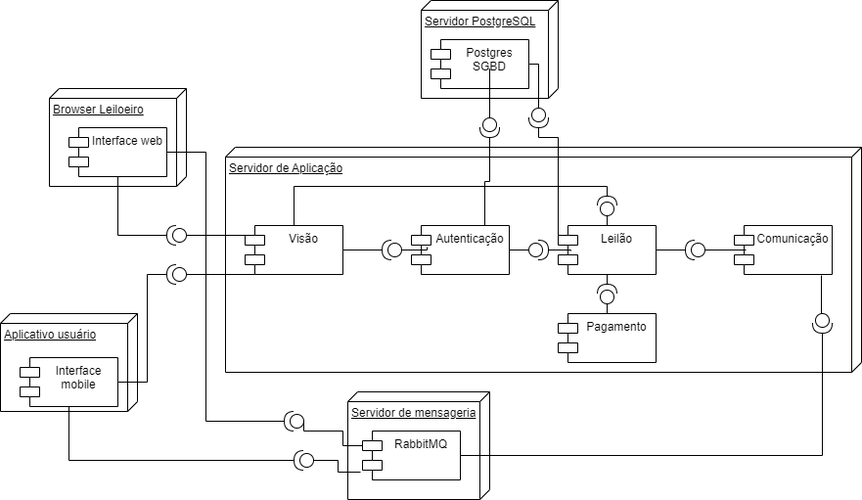
Earlier version of the draw.io export docs/imagens/componentes.png (h3nc4/TOPBIDS). Source tidied: cells renumbered, new cells last; positions are measured from the earlier drawing's top-left corner, leaving out a move shared by most shapes.
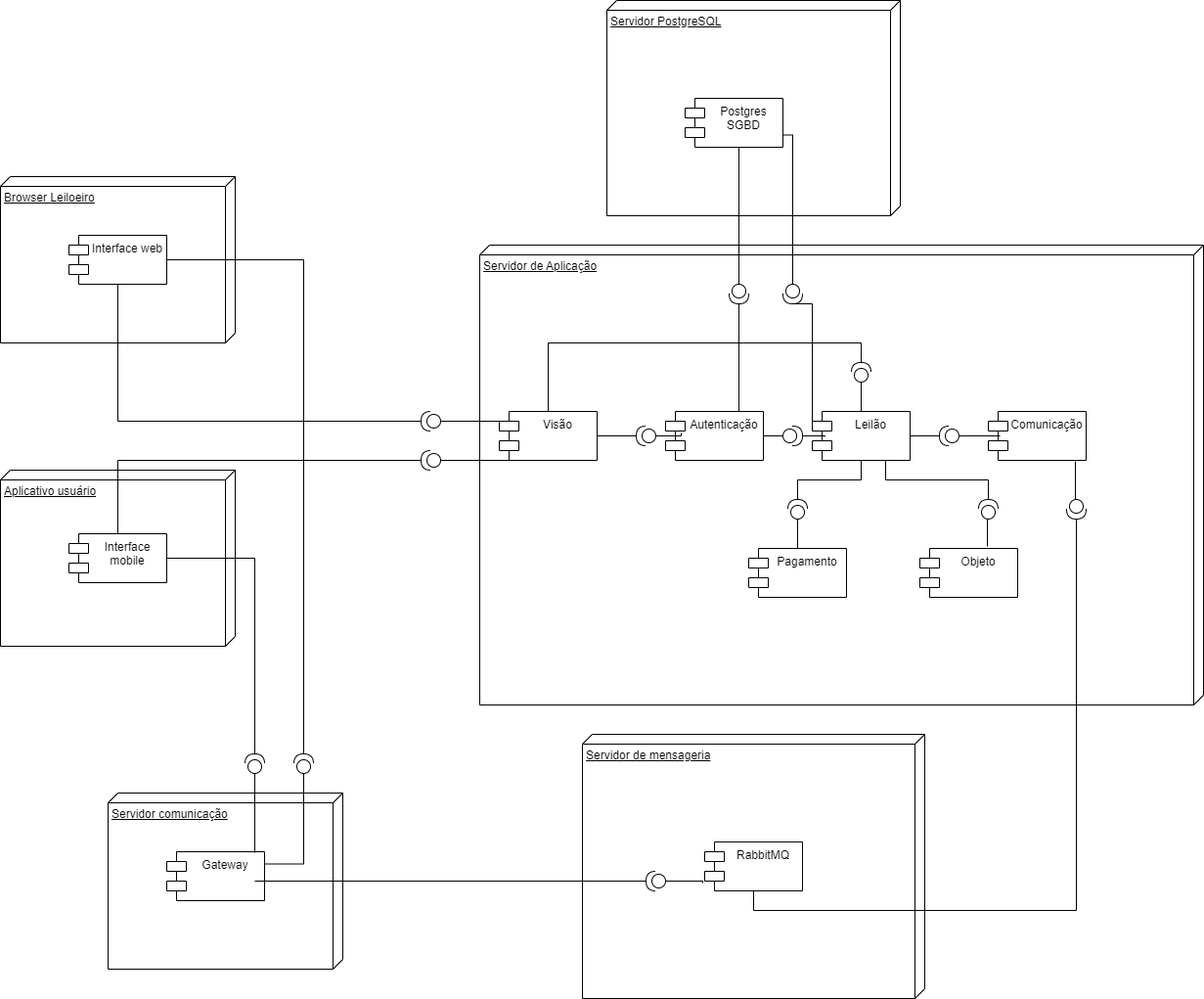
The same diagram one commit later.

Commit message:
docs: diagrama de arquitetura

What changed in the source:
```diff
@@ -3,10 +3,10 @@
     <mxCell id="0" />
     <mxCell id="1" parent="0" />
     <mxCell id="2" value="Servidor de mensageria" style="verticalAlign=top;align=left;spacingTop=8;spacingLeft=2;spacingRight=12;shape=cube;size=10;direction=south;fontStyle=4;html=1;whiteSpace=wrap;" parent="1" vertex="1">
-      <mxGeometry x="355" y="400" width="145" height="110" as="geometry" />
+      <mxGeometry x="335" y="560" width="350" height="270" as="geometry" />
     </mxCell>
     <mxCell id="3" value="Servidor de Aplicação" style="verticalAlign=top;align=left;spacingTop=8;spacingLeft=2;spacingRight=12;shape=cube;size=10;direction=south;fontStyle=4;html=1;whiteSpace=wrap;" parent="1" vertex="1">
-      <mxGeometry x="230" y="150" width="650" height="230" as="geometry" />
+      <mxGeometry x="230" y="60" width="740" height="470" as="geometry" />
     </mxCell>
     <mxCell id="4" value="Visão" style="shape=module;align=left;spacingLeft=20;align=center;verticalAlign=top;whiteSpace=wrap;html=1;" parent="1" vertex="1">
       <mxGeometry x="250" y="230" width="100" height="50" as="geometry" />
@@ -14,32 +14,35 @@
     <mxCell id="5" value="Leilão" style="shape=module;align=left;spacingLeft=20;align=center;verticalAlign=top;whiteSpace=wrap;html=1;" parent="1" vertex="1">
       <mxGeometry x="570" y="230" width="100" height="50" as="geometry" />
     </mxCell>
+    <mxCell id="52" value="Objeto" style="shape=module;align=left;spacingLeft=20;align=center;verticalAlign=top;whiteSpace=wrap;html=1;" parent="1" vertex="1">
+      <mxGeometry x="680" y="370" width="100" height="50" as="geometry" />
+    </mxCell>
     <mxCell id="6" value="Comunicação" style="shape=module;align=left;spacingLeft=20;align=center;verticalAlign=top;whiteSpace=wrap;html=1;" parent="1" vertex="1">
       <mxGeometry x="750" y="230" width="100" height="50" as="geometry" />
     </mxCell>
     <mxCell id="7" value="Pagamento" style="shape=module;align=left;spacingLeft=20;align=center;verticalAlign=top;whiteSpace=wrap;html=1;" parent="1" vertex="1">
-      <mxGeometry x="570" y="320" width="100" height="50" as="geometry" />
+      <mxGeometry x="505" y="370" width="100" height="50" as="geometry" />
     </mxCell>
     <mxCell id="8" value="Servidor PostgreSQL" style="verticalAlign=top;align=left;spacingTop=8;spacingLeft=2;spacingRight=12;shape=cube;size=10;direction=south;fontStyle=4;html=1;whiteSpace=wrap;" parent="1" vertex="1">
-      <mxGeometry x="430" width="140" height="100" as="geometry" />
+      <mxGeometry x="360" y="-190" width="300" height="220" as="geometry" />
     </mxCell>
     <mxCell id="9" value="Postgres SGBD" style="shape=module;align=left;spacingLeft=20;align=center;verticalAlign=top;whiteSpace=wrap;html=1;" parent="1" vertex="1">
-      <mxGeometry x="440" y="40" width="100" height="50" as="geometry" />
+      <mxGeometry x="440" y="-90" width="100" height="50" as="geometry" />
     </mxCell>
     <mxCell id="10" value="Autenticação" style="shape=module;align=left;spacingLeft=20;align=center;verticalAlign=top;whiteSpace=wrap;html=1;" parent="1" vertex="1">
       <mxGeometry x="420" y="230" width="100" height="50" as="geometry" />
     </mxCell>
     <mxCell id="11" value="Browser Leiloeiro" style="verticalAlign=top;align=left;spacingTop=8;spacingLeft=2;spacingRight=12;shape=cube;size=10;direction=south;fontStyle=4;html=1;whiteSpace=wrap;" parent="1" vertex="1">
-      <mxGeometry x="50" y="90" width="140" height="100" as="geometry" />
+      <mxGeometry x="-260" y="-10" width="240" height="170" as="geometry" />
     </mxCell>
     <mxCell id="12" value="Aplicativo usuário" style="verticalAlign=top;align=left;spacingTop=8;spacingLeft=2;spacingRight=12;shape=cube;size=10;direction=south;fontStyle=4;html=1;whiteSpace=wrap;" parent="1" vertex="1">
-      <mxGeometry y="320" width="140" height="100" as="geometry" />
+      <mxGeometry x="-260" y="290" width="240" height="180" as="geometry" />
     </mxCell>
     <mxCell id="13" value="Interface web" style="shape=module;align=left;spacingLeft=20;align=center;verticalAlign=top;whiteSpace=wrap;html=1;" parent="1" vertex="1">
-      <mxGeometry x="70" y="130" width="100" height="50" as="geometry" />
+      <mxGeometry x="-190" y="50" width="100" height="50" as="geometry" />
     </mxCell>
     <mxCell id="14" value="Interface mobile" style="shape=module;align=left;spacingLeft=20;align=center;verticalAlign=top;whiteSpace=wrap;html=1;" parent="1" vertex="1">
-      <mxGeometry x="20" y="365" width="100" height="50" as="geometry" />
+      <mxGeometry x="-190" y="355" width="100" height="50" as="geometry" />
     </mxCell>
     <mxCell id="15" style="edgeStyle=orthogonalEdgeStyle;rounded=0;jettySize=auto;html=1;exitX=1;exitY=0.5;exitDx=0;exitDy=0;exitPerimeter=0;endArrow=none;endFill=0;" parent="1" edge="1" source="16" target="13">
       <mxGeometry relative="1" as="geometry" />
@@ -47,13 +50,8 @@
     <mxCell id="16" style="shape=providedRequiredInterface;html=1;verticalLabelPosition=bottom;sketch=0;direction=west;" parent="1" vertex="1">
       <mxGeometry x="170" y="230" width="20" height="20" as="geometry" />
     </mxCell>
-    <mxCell id="17" style="edgeStyle=orthogonalEdgeStyle;rounded=0;jettySize=auto;html=1;exitX=1;exitY=0.5;exitDx=0;exitDy=0;exitPerimeter=0;endArrow=none;endFill=0;entryX=1;entryY=0.5;entryDx=0;entryDy=0;" parent="1" edge="1" source="18" target="14">
-      <mxGeometry relative="1" as="geometry">
-        <Array as="points">
-          <mxPoint x="150" y="280" />
-          <mxPoint x="150" y="390" />
-        </Array>
-      </mxGeometry>
+    <mxCell id="17" style="edgeStyle=orthogonalEdgeStyle;rounded=0;jettySize=auto;html=1;exitX=1;exitY=0.5;exitDx=0;exitDy=0;exitPerimeter=0;endArrow=none;endFill=0;" parent="1" edge="1" source="18" target="14">
+      <mxGeometry relative="1" as="geometry" />
     </mxCell>
     <mxCell id="18" style="shape=providedRequiredInterface;html=1;verticalLabelPosition=bottom;sketch=0;direction=west;" parent="1" vertex="1">
       <mxGeometry x="170" y="270" width="20" height="20" as="geometry" />
@@ -70,13 +68,12 @@
       <mxGeometry relative="1" as="geometry" />
     </mxCell>
     <mxCell id="21" style="shape=providedRequiredInterface;html=1;verticalLabelPosition=bottom;sketch=0;direction=south;" parent="1" vertex="1">
-      <mxGeometry x="490" y="120" width="20" height="20" as="geometry" />
+      <mxGeometry x="485" y="100" width="20" height="20" as="geometry" />
     </mxCell>
     <mxCell id="22" style="edgeStyle=orthogonalEdgeStyle;rounded=0;jettySize=auto;html=1;exitX=0;exitY=0.5;exitDx=0;exitDy=0;exitPerimeter=0;entryX=0.6;entryY=1;entryDx=0;entryDy=0;entryPerimeter=0;endArrow=none;endFill=0;" parent="1" edge="1" source="21" target="9">
       <mxGeometry relative="1" as="geometry">
         <Array as="points">
-          <mxPoint x="500" y="70" />
-          <mxPoint x="500" y="70" />
+          <mxPoint x="495" y="-40" />
         </Array>
       </mxGeometry>
     </mxCell>
@@ -90,7 +87,7 @@
       <mxGeometry relative="1" as="geometry" />
     </mxCell>
     <mxCell id="26" value="RabbitMQ" style="shape=module;align=left;spacingLeft=20;align=center;verticalAlign=top;whiteSpace=wrap;html=1;" parent="1" vertex="1">
-      <mxGeometry x="370" y="440" width="100" height="50" as="geometry" />
+      <mxGeometry x="460" y="670" width="100" height="50" as="geometry" />
     </mxCell>
     <mxCell id="27" style="edgeStyle=orthogonalEdgeStyle;rounded=0;jettySize=auto;html=1;exitX=1;exitY=0.5;exitDx=0;exitDy=0;exitPerimeter=0;endArrow=none;endFill=0;" parent="1" edge="1" source="28" target="5">
       <mxGeometry relative="1" as="geometry" />
@@ -101,27 +98,35 @@
     <mxCell id="29" style="edgeStyle=orthogonalEdgeStyle;rounded=0;jettySize=auto;html=1;exitX=0;exitY=0.5;exitDx=0;exitDy=0;exitPerimeter=0;entryX=1;entryY=0.75;entryDx=0;entryDy=0;endArrow=none;endFill=0;" parent="1" edge="1" source="30" target="9">
       <mxGeometry relative="1" as="geometry">
         <Array as="points">
-          <mxPoint x="550" y="65" />
-          <mxPoint x="540" y="65" />
+          <mxPoint x="550" y="-52" />
         </Array>
       </mxGeometry>
     </mxCell>
     <mxCell id="30" style="shape=providedRequiredInterface;html=1;verticalLabelPosition=bottom;sketch=0;direction=south;" parent="1" vertex="1">
-      <mxGeometry x="540" y="110" width="20" height="20" as="geometry" />
+      <mxGeometry x="540" y="100" width="20" height="20" as="geometry" />
     </mxCell>
     <mxCell id="31" style="edgeStyle=orthogonalEdgeStyle;rounded=0;jettySize=auto;html=1;exitX=1;exitY=0.5;exitDx=0;exitDy=0;exitPerimeter=0;entryX=0.5;entryY=1;entryDx=0;entryDy=0;endArrow=none;endFill=0;" parent="1" edge="1" source="32" target="5">
       <mxGeometry relative="1" as="geometry" />
     </mxCell>
     <mxCell id="32" style="shape=providedRequiredInterface;html=1;verticalLabelPosition=bottom;sketch=0;direction=north;" parent="1" vertex="1">
-      <mxGeometry x="610" y="290" width="20" height="20" as="geometry" />
+      <mxGeometry x="545" y="320" width="20" height="20" as="geometry" />
     </mxCell>
     <mxCell id="33" style="edgeStyle=orthogonalEdgeStyle;rounded=0;jettySize=auto;html=1;exitX=0;exitY=0.5;exitDx=0;exitDy=0;exitPerimeter=0;entryX=0.65;entryY=0;entryDx=0;entryDy=0;entryPerimeter=0;endArrow=none;endFill=0;" parent="1" edge="1" source="32" target="7">
       <mxGeometry relative="1" as="geometry">
         <Array as="points">
-          <mxPoint x="620" y="320" />
+          <mxPoint x="555" y="370" />
         </Array>
       </mxGeometry>
     </mxCell>
+    <mxCell id="53" style="edgeStyle=orthogonalEdgeStyle;rounded=0;jettySize=auto;html=1;exitX=1;exitY=0.5;exitDx=0;exitDy=0;exitPerimeter=0;entryX=0.75;entryY=1;entryDx=0;entryDy=0;endArrow=none;endFill=0;" parent="1" edge="1" source="54" target="5">
+      <mxGeometry relative="1" as="geometry" />
+    </mxCell>
+    <mxCell id="54" style="shape=providedRequiredInterface;html=1;verticalLabelPosition=bottom;sketch=0;direction=north;" parent="1" vertex="1">
+      <mxGeometry x="740" y="320" width="20" height="20" as="geometry" />
+    </mxCell>
+    <mxCell id="55" style="edgeStyle=orthogonalEdgeStyle;rounded=0;jettySize=auto;html=1;exitX=0;exitY=0.5;exitDx=0;exitDy=0;exitPerimeter=0;entryX=0.69;entryY=-0.04;entryDx=0;entryDy=0;entryPerimeter=0;endArrow=none;endFill=0;" parent="1" edge="1" source="54" target="52">
+      <mxGeometry relative="1" as="geometry" />
+    </mxCell>
     <mxCell id="34" style="edgeStyle=orthogonalEdgeStyle;rounded=0;jettySize=auto;html=1;exitX=0;exitY=0.5;exitDx=0;exitDy=0;exitPerimeter=0;entryX=1;entryY=0.5;entryDx=0;entryDy=0;endArrow=none;endFill=0;" parent="1" edge="1" source="35" target="10">
       <mxGeometry relative="1" as="geometry" />
     </mxCell>
@@ -137,15 +142,14 @@
     <mxCell id="38" style="edgeStyle=orthogonalEdgeStyle;rounded=0;jettySize=auto;html=1;exitX=1;exitY=0.5;exitDx=0;exitDy=0;exitPerimeter=0;entryX=0;entryY=0;entryDx=0;entryDy=15;entryPerimeter=0;endArrow=none;endFill=0;" parent="1" edge="1" source="30" target="5">
       <mxGeometry relative="1" as="geometry">
         <Array as="points">
-          <mxPoint x="550" y="140" />
-          <mxPoint x="570" y="140" />
+          <mxPoint x="570" y="120" />
         </Array>
       </mxGeometry>
     </mxCell>
     <mxCell id="39" style="edgeStyle=orthogonalEdgeStyle;rounded=0;jettySize=auto;html=1;exitX=0;exitY=0.5;exitDx=0;exitDy=0;exitPerimeter=0;entryX=0.12;entryY=0.5;entryDx=0;entryDy=0;entryPerimeter=0;endArrow=none;endFill=0;" parent="1" edge="1" source="28" target="6">
       <mxGeometry relative="1" as="geometry" />
     </mxCell>
-    <mxCell id="40" style="edgeStyle=orthogonalEdgeStyle;rounded=0;jettySize=auto;html=1;exitX=1;exitY=0.5;exitDx=0;exitDy=0;exitPerimeter=0;entryX=1;entryY=0.5;entryDx=0;entryDy=0;endArrow=none;endFill=0;" parent="1" edge="1" source="41" target="26">
+    <mxCell id="40" style="edgeStyle=orthogonalEdgeStyle;rounded=0;jettySize=auto;html=1;exitX=1;exitY=0.5;exitDx=0;exitDy=0;exitPerimeter=0;entryX=0.5;entryY=1;entryDx=0;entryDy=0;endArrow=none;endFill=0;" parent="1" edge="1" source="41" target="26">
       <mxGeometry relative="1" as="geometry" />
     </mxCell>
     <mxCell id="41" style="shape=providedRequiredInterface;html=1;verticalLabelPosition=bottom;sketch=0;direction=south;" parent="1" vertex="1">
@@ -154,48 +158,47 @@
     <mxCell id="42" style="edgeStyle=orthogonalEdgeStyle;rounded=0;jettySize=auto;html=1;exitX=0;exitY=0.5;exitDx=0;exitDy=0;exitPerimeter=0;entryX=0.89;entryY=1.02;entryDx=0;entryDy=0;entryPerimeter=0;endArrow=none;endFill=0;" parent="1" edge="1" source="41" target="6">
       <mxGeometry relative="1" as="geometry" />
     </mxCell>
-    <mxCell id="43" style="edgeStyle=orthogonalEdgeStyle;rounded=0;jettySize=auto;html=1;exitX=1;exitY=0.5;exitDx=0;exitDy=0;exitPerimeter=0;entryX=1;entryY=0.5;entryDx=0;entryDy=0;endArrow=none;endFill=0;" parent="1" edge="1" source="44" target="13">
-      <mxGeometry relative="1" as="geometry">
-        <Array as="points">
-          <mxPoint x="210" y="430" />
-          <mxPoint x="210" y="155" />
-        </Array>
-      </mxGeometry>
-    </mxCell>
-    <mxCell id="44" style="shape=providedRequiredInterface;html=1;verticalLabelPosition=bottom;sketch=0;direction=west;" parent="1" vertex="1">
-      <mxGeometry x="290" y="420" width="20" height="20" as="geometry" />
-    </mxCell>
-    <mxCell id="45" style="edgeStyle=orthogonalEdgeStyle;rounded=0;jettySize=auto;html=1;exitX=1;exitY=0.5;exitDx=0;exitDy=0;exitPerimeter=0;endArrow=none;endFill=0;" parent="1" edge="1" source="46" target="14">
-      <mxGeometry relative="1" as="geometry" />
-    </mxCell>
     <mxCell id="46" style="shape=providedRequiredInterface;html=1;verticalLabelPosition=bottom;sketch=0;direction=west;" parent="1" vertex="1">
-      <mxGeometry x="300" y="460" width="20" height="20" as="geometry" />
+      <mxGeometry x="400" y="700" width="20" height="20" as="geometry" />
     </mxCell>
     <mxCell id="47" style="edgeStyle=orthogonalEdgeStyle;rounded=0;jettySize=auto;html=1;exitX=1;exitY=0.5;exitDx=0;exitDy=0;exitPerimeter=0;endArrow=none;endFill=0;" parent="1" edge="1" source="49" target="4">
-      <mxGeometry relative="1" as="geometry">
-        <Array as="points">
-          <mxPoint x="620" y="190" />
-          <mxPoint x="300" y="190" />
-        </Array>
-      </mxGeometry>
+      <mxGeometry relative="1" as="geometry" />
     </mxCell>
     <mxCell id="48" style="edgeStyle=orthogonalEdgeStyle;rounded=0;jettySize=auto;html=1;exitX=0;exitY=0.5;exitDx=0;exitDy=0;exitPerimeter=0;entryX=0.5;entryY=0;entryDx=0;entryDy=0;endArrow=none;endFill=0;" parent="1" edge="1" source="49" target="5">
       <mxGeometry relative="1" as="geometry" />
     </mxCell>
     <mxCell id="49" style="shape=providedRequiredInterface;html=1;verticalLabelPosition=bottom;sketch=0;direction=north;" parent="1" vertex="1">
-      <mxGeometry x="610" y="200" width="20" height="20" as="geometry" />
+      <mxGeometry x="610" y="180" width="20" height="20" as="geometry" />
     </mxCell>
-    <mxCell id="50" style="edgeStyle=orthogonalEdgeStyle;rounded=0;jettySize=auto;html=1;exitX=0;exitY=0.5;exitDx=0;exitDy=0;exitPerimeter=0;entryX=0;entryY=0;entryDx=0;entryDy=15;entryPerimeter=0;endArrow=none;endFill=0;" parent="1" edge="1" source="44" target="26">
-      <mxGeometry relative="1" as="geometry">
-        <Array as="points">
-          <mxPoint x="310" y="440" />
-          <mxPoint x="350" y="440" />
-          <mxPoint x="350" y="455" />
-        </Array>
-      </mxGeometry>
-    </mxCell>
     <mxCell id="51" style="edgeStyle=orthogonalEdgeStyle;rounded=0;jettySize=auto;html=1;exitX=0;exitY=0.5;exitDx=0;exitDy=0;exitPerimeter=0;entryX=-0.02;entryY=0.84;entryDx=0;entryDy=0;entryPerimeter=0;endArrow=none;endFill=0;" parent="1" edge="1" source="46" target="26">
       <mxGeometry relative="1" as="geometry" />
     </mxCell>
+    <mxCell id="56" value="Servidor comunicação" style="verticalAlign=top;align=left;spacingTop=8;spacingLeft=2;spacingRight=12;shape=cube;size=10;direction=south;fontStyle=4;html=1;whiteSpace=wrap;" parent="1" vertex="1">
+      <mxGeometry x="-150" y="620" width="240" height="180" as="geometry" />
+    </mxCell>
+    <mxCell id="57" value="Gateway" style="shape=module;align=left;spacingLeft=20;align=center;verticalAlign=top;whiteSpace=wrap;html=1;" parent="1" vertex="1">
+      <mxGeometry x="-90" y="680" width="100" height="50" as="geometry" />
+    </mxCell>
+    <mxCell id="58" style="edgeStyle=orthogonalEdgeStyle;rounded=0;jettySize=auto;html=1;exitX=0;exitY=0.5;exitDx=0;exitDy=0;exitPerimeter=0;entryX=1;entryY=0.25;entryDx=0;entryDy=0;endArrow=none;endFill=0;" parent="1" edge="1" source="60" target="57">
+      <mxGeometry relative="1" as="geometry" />
+    </mxCell>
+    <mxCell id="59" style="edgeStyle=orthogonalEdgeStyle;rounded=0;jettySize=auto;html=1;exitX=1;exitY=0.5;exitDx=0;exitDy=0;exitPerimeter=0;entryX=1;entryY=0.5;entryDx=0;entryDy=0;endArrow=none;endFill=0;" parent="1" edge="1" source="60" target="13">
+      <mxGeometry relative="1" as="geometry" />
+    </mxCell>
+    <mxCell id="60" style="shape=providedRequiredInterface;html=1;verticalLabelPosition=bottom;sketch=0;direction=north;" parent="1" vertex="1">
+      <mxGeometry x="40" y="580" width="20" height="20" as="geometry" />
+    </mxCell>
+    <mxCell id="61" style="edgeStyle=orthogonalEdgeStyle;rounded=0;jettySize=auto;html=1;exitX=1;exitY=0.5;exitDx=0;exitDy=0;exitPerimeter=0;entryX=1;entryY=0.5;entryDx=0;entryDy=0;endArrow=none;endFill=0;" parent="1" edge="1" source="62" target="14">
+      <mxGeometry relative="1" as="geometry" />
+    </mxCell>
+    <mxCell id="62" style="shape=providedRequiredInterface;html=1;verticalLabelPosition=bottom;sketch=0;direction=north;" parent="1" vertex="1">
+      <mxGeometry x="-10" y="580" width="20" height="20" as="geometry" />
+    </mxCell>
+    <mxCell id="63" style="edgeStyle=orthogonalEdgeStyle;rounded=0;jettySize=auto;html=1;exitX=0;exitY=0.5;exitDx=0;exitDy=0;exitPerimeter=0;entryX=0.9;entryY=0.02;entryDx=0;entryDy=0;entryPerimeter=0;endArrow=none;endFill=0;" parent="1" edge="1" source="62" target="57">
+      <mxGeometry relative="1" as="geometry" />
+    </mxCell>
+    <mxCell id="64" style="edgeStyle=orthogonalEdgeStyle;rounded=0;jettySize=auto;html=1;exitX=1;exitY=0.5;exitDx=0;exitDy=0;exitPerimeter=0;entryX=0.9;entryY=0.6;entryDx=0;entryDy=0;entryPerimeter=0;endArrow=none;endFill=0;" parent="1" edge="1" source="46" target="57">
+      <mxGeometry relative="1" as="geometry" />
+    </mxCell>
   </root>
 </mxGraphModel>
```
